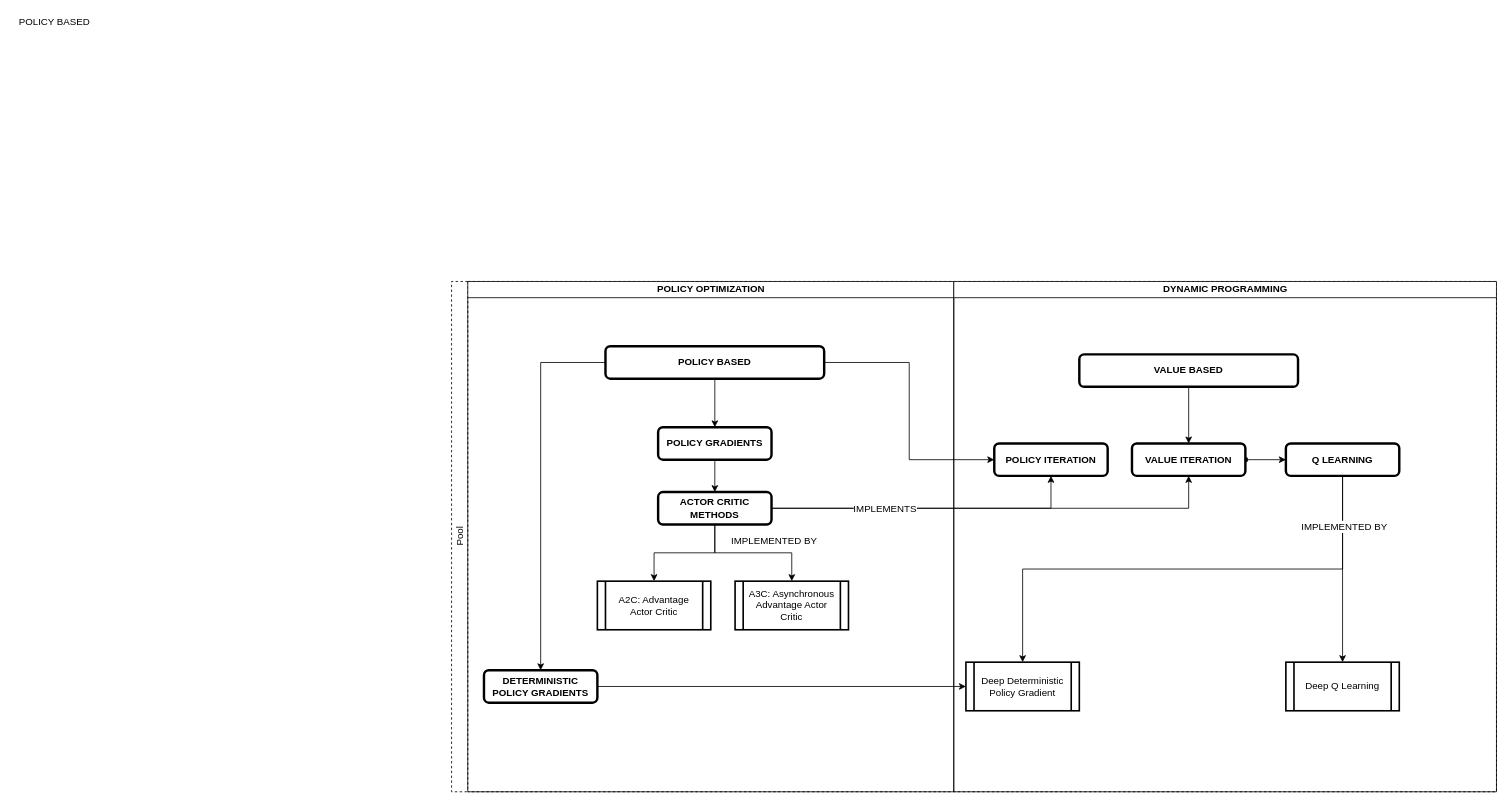
Before: RL-overview1.drawio in hougiebear/Reinforcement-Learning, a draw.io diagram. Source tidied: cells renumbered, new cells numbered last; positions are measured from the earlier drawing's top-left corner, leaving out a move shared by most shapes. Both pictures are drawn from the tidied source at 81%, with x=0, y=0 at pixel (14, 14).
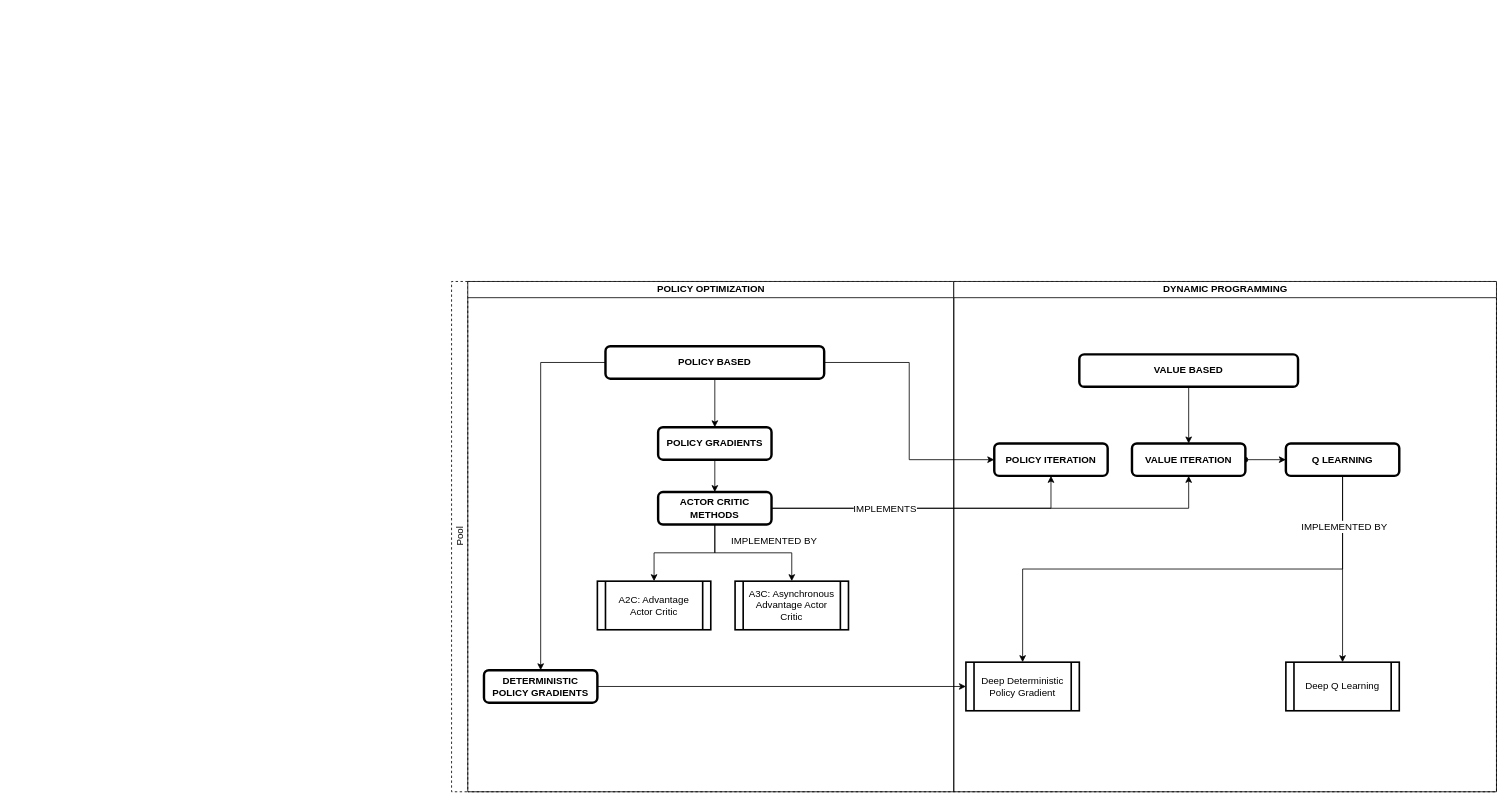
The same page after the edit.

Diff of the diagram source:
```diff
@@
-    <mxCell id="2" value="POLICY BASED" style="text;html=1;strokeColor=none;fillColor=none;align=center;verticalAlign=middle;whiteSpace=wrap;rounded=0;fontSize=12;" parent="1" vertex="1">
-      <mxGeometry width="100" height="20" as="geometry" />
-    </mxCell>
```
